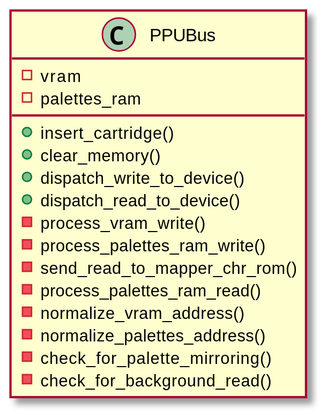
The PlantUML diagram doc/ppu_bus/ppu_bus.svg in Enigma717/yume-nes, before a commit.
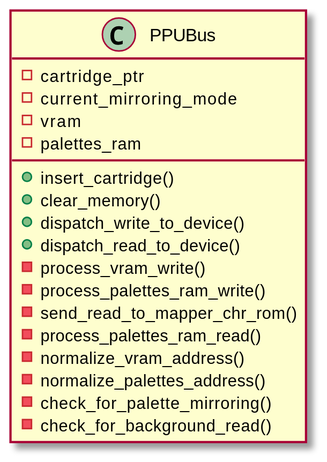
The same file after the commit.

Commit message:
Fix PPUBus diagram

Change to the diagram source:
```diff
@@ -3,6 +3,8 @@
 hide empty members
 
 class PPUBus {
+- cartridge_ptr
+- current_mirroring_mode
 - vram
 - palettes_ram
 
```
